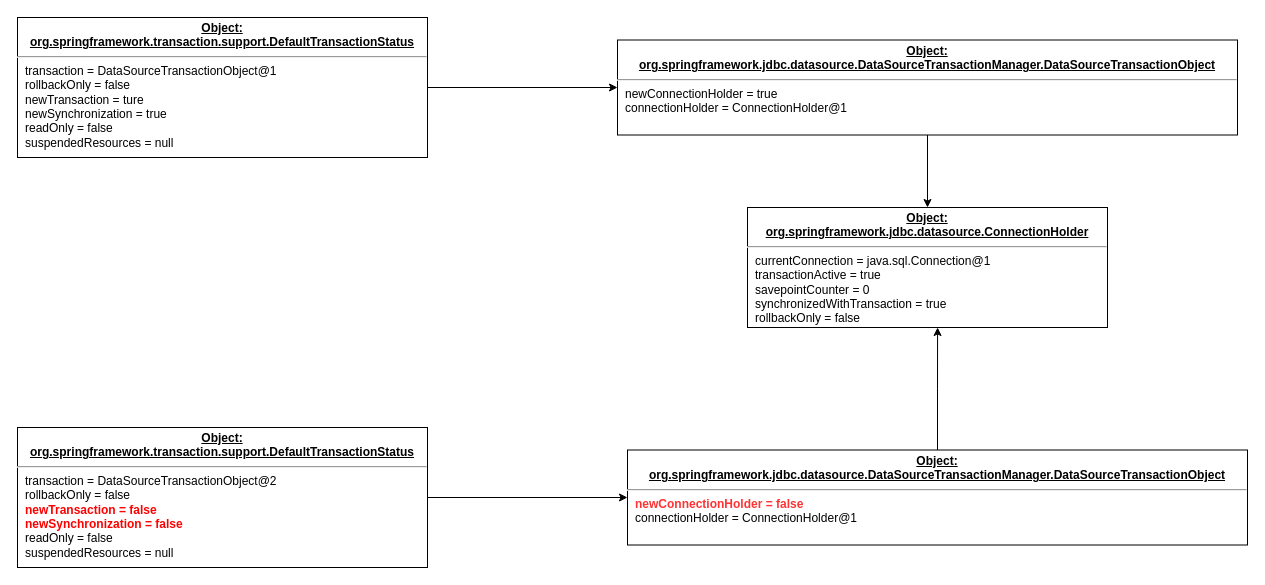
superzycgod/diagrams keeps this draw.io diagram as Untitled Diagram.drawio. Above is the earlier version. Source tidied: cells renumbered, new cells numbered last; positions are measured from the earlier drawing's top-left corner, leaving out a move shared by most shapes. Both pictures are drawn from the tidied source at 100%, with x=0, y=0 at pixel (17, 17).
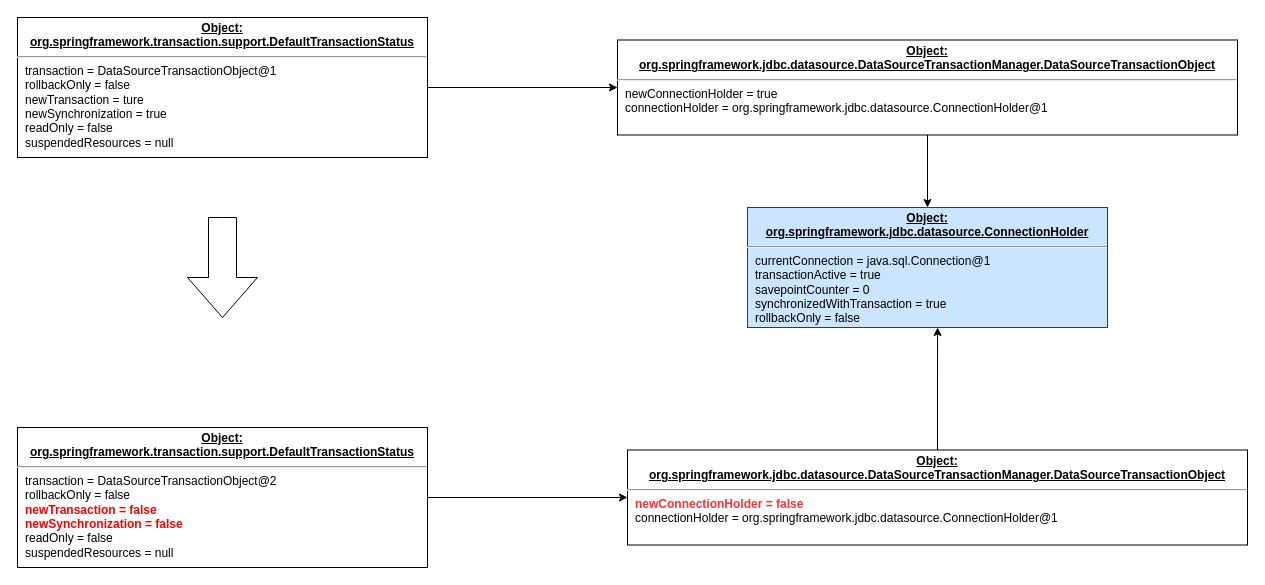
The same diagram, later.

Diff of the diagram source:
```diff
@@
 <mxGraphModel>
   <root>
     <mxCell id="0" />
     <mxCell id="1" parent="0" />
     <mxCell id="2" style="edgeStyle=orthogonalEdgeStyle;rounded=0;jettySize=auto;html=1;entryX=0;entryY=0.5;entryDx=0;entryDy=0;" parent="1" edge="1" source="3" target="5">
       <mxGeometry relative="1" as="geometry" />
     </mxCell>
     <mxCell id="3" value="&lt;p style=&quot;margin: 0px ; margin-top: 4px ; text-align: center ; text-decoration: underline&quot;&gt;&lt;b&gt;Object:&lt;/b&gt;&lt;/p&gt;&lt;div style=&quot;text-align: center&quot;&gt;&lt;span&gt;&lt;b&gt;&lt;u&gt;org.springframework.transaction.support.DefaultTransactionStatus&lt;/u&gt;&lt;/b&gt;&lt;/span&gt;&lt;/div&gt;&lt;hr&gt;&lt;p style=&quot;margin: 0px ; margin-left: 8px&quot;&gt;transaction&amp;nbsp;= DataSourceTransactionObject@1&lt;br&gt;rollbackOnly = false&lt;br&gt;newTransaction = ture&lt;/p&gt;&lt;p style=&quot;margin: 0px ; margin-left: 8px&quot;&gt;newSynchronization = true&lt;br&gt;&lt;/p&gt;&lt;p style=&quot;margin: 0px ; margin-left: 8px&quot;&gt;readOnly =&amp;nbsp;false&lt;br&gt;&lt;/p&gt;&lt;p style=&quot;margin: 0px ; margin-left: 8px&quot;&gt;suspendedResources = null&lt;br&gt;&lt;/p&gt;" style="verticalAlign=top;align=left;overflow=fill;fontSize=12;fontFamily=Helvetica;html=1;" parent="1" vertex="1">
       <mxGeometry width="410" height="140" as="geometry" />
     </mxCell>
     <mxCell id="4" style="edgeStyle=orthogonalEdgeStyle;rounded=0;jettySize=auto;html=1;" parent="1" edge="1" source="5" target="6">
       <mxGeometry relative="1" as="geometry" />
     </mxCell>
-    <mxCell id="5" value="&lt;p style=&quot;margin: 0px ; margin-top: 4px ; text-align: center ; text-decoration: underline&quot;&gt;&lt;b&gt;Object:&lt;/b&gt;&lt;/p&gt;&lt;div style=&quot;text-align: center&quot;&gt;&lt;span&gt;&lt;b&gt;&lt;u&gt;org.springframework.jdbc.datasource.DataSourceTransactionManager.DataSourceTransactionObject&lt;/u&gt;&lt;/b&gt;&lt;/span&gt;&lt;/div&gt;&lt;hr&gt;&lt;p style=&quot;margin: 0px ; margin-left: 8px&quot;&gt;newConnectionHolder&amp;nbsp;= true&lt;br&gt;connectionHolder&amp;nbsp;=&amp;nbsp;ConnectionHolder@1&lt;/p&gt;" style="verticalAlign=top;align=left;overflow=fill;fontSize=12;fontFamily=Helvetica;html=1;" parent="1" vertex="1">
+    <mxCell id="5" value="&lt;p style=&quot;margin: 0px ; margin-top: 4px ; text-align: center ; text-decoration: underline&quot;&gt;&lt;b&gt;Object:&lt;/b&gt;&lt;/p&gt;&lt;div style=&quot;text-align: center&quot;&gt;&lt;span&gt;&lt;b&gt;&lt;u&gt;org.springframework.jdbc.datasource.DataSourceTransactionManager.DataSourceTransactionObject&lt;/u&gt;&lt;/b&gt;&lt;/span&gt;&lt;/div&gt;&lt;hr&gt;&lt;p style=&quot;margin: 0px ; margin-left: 8px&quot;&gt;newConnectionHolder&amp;nbsp;= true&lt;br&gt;connectionHolder&amp;nbsp;=&amp;nbsp;org.springframework.jdbc.datasource.ConnectionHolder@1&lt;/p&gt;" style="verticalAlign=top;align=left;overflow=fill;fontSize=12;fontFamily=Helvetica;html=1;" parent="1" vertex="1">
       <mxGeometry x="600" y="22.5" width="620" height="95" as="geometry" />
     </mxCell>
-    <mxCell id="6" value="&lt;p style=&quot;margin: 0px ; margin-top: 4px ; text-align: center ; text-decoration: underline&quot;&gt;&lt;b&gt;Object:&lt;/b&gt;&lt;/p&gt;&lt;div style=&quot;text-align: center&quot;&gt;&lt;span&gt;&lt;b&gt;&lt;u&gt;org.springframework.jdbc.datasource.ConnectionHolder&lt;/u&gt;&lt;/b&gt;&lt;/span&gt;&lt;/div&gt;&lt;hr&gt;&lt;p style=&quot;margin: 0px ; margin-left: 8px&quot;&gt;currentConnection = java.sql.Connection@1&lt;br&gt;transactionActive = true&lt;br&gt;savepointCounter = 0&lt;/p&gt;&lt;p style=&quot;margin: 0px ; margin-left: 8px&quot;&gt;synchronizedWithTransaction = true&lt;br&gt;&lt;/p&gt;&lt;p style=&quot;margin: 0px ; margin-left: 8px&quot;&gt;rollbackOnly = false&lt;br&gt;&lt;/p&gt;" style="verticalAlign=top;align=left;overflow=fill;fontSize=12;fontFamily=Helvetica;html=1;" parent="1" vertex="1">
+    <mxCell id="6" value="&lt;p style=&quot;margin: 0px ; margin-top: 4px ; text-align: center ; text-decoration: underline&quot;&gt;&lt;b&gt;Object:&lt;/b&gt;&lt;/p&gt;&lt;div style=&quot;text-align: center&quot;&gt;&lt;span&gt;&lt;b&gt;&lt;u&gt;org.springframework.jdbc.datasource.ConnectionHolder&lt;/u&gt;&lt;/b&gt;&lt;/span&gt;&lt;/div&gt;&lt;hr&gt;&lt;p style=&quot;margin: 0px ; margin-left: 8px&quot;&gt;currentConnection = java.sql.Connection@1&lt;br&gt;transactionActive = true&lt;br&gt;savepointCounter = 0&lt;/p&gt;&lt;p style=&quot;margin: 0px ; margin-left: 8px&quot;&gt;synchronizedWithTransaction = true&lt;br&gt;&lt;/p&gt;&lt;p style=&quot;margin: 0px ; margin-left: 8px&quot;&gt;rollbackOnly = false&lt;br&gt;&lt;/p&gt;" style="verticalAlign=top;align=left;overflow=fill;fontSize=12;fontFamily=Helvetica;html=1;fillColor=#cce5ff;strokeColor=#36393d;" parent="1" vertex="1">
       <mxGeometry x="730" y="190" width="360" height="120" as="geometry" />
     </mxCell>
     <mxCell id="7" style="edgeStyle=orthogonalEdgeStyle;rounded=0;jettySize=auto;html=1;exitX=1;exitY=0.5;exitDx=0;exitDy=0;entryX=0;entryY=0.5;entryDx=0;entryDy=0;" parent="1" edge="1" source="8" target="10">
       <mxGeometry relative="1" as="geometry" />
     </mxCell>
     <mxCell id="8" value="&lt;p style=&quot;margin: 0px ; margin-top: 4px ; text-align: center ; text-decoration: underline&quot;&gt;&lt;b&gt;Object:&lt;/b&gt;&lt;/p&gt;&lt;div style=&quot;text-align: center&quot;&gt;&lt;span&gt;&lt;b&gt;&lt;u&gt;org.springframework.transaction.support.DefaultTransactionStatus&lt;/u&gt;&lt;/b&gt;&lt;/span&gt;&lt;/div&gt;&lt;hr&gt;&lt;p style=&quot;margin: 0px ; margin-left: 8px&quot;&gt;transaction&amp;nbsp;= DataSourceTransactionObject@2&lt;br&gt;rollbackOnly = false&lt;br&gt;&lt;b&gt;&lt;font color=&quot;#ff0000&quot;&gt;newTransaction = false&lt;/font&gt;&lt;/b&gt;&lt;/p&gt;&lt;p style=&quot;margin: 0px ; margin-left: 8px&quot;&gt;&lt;b&gt;&lt;font color=&quot;#ff0000&quot;&gt;newSynchronization = false&lt;/font&gt;&lt;/b&gt;&lt;br&gt;&lt;/p&gt;&lt;p style=&quot;margin: 0px ; margin-left: 8px&quot;&gt;readOnly =&amp;nbsp;false&lt;br&gt;&lt;/p&gt;&lt;p style=&quot;margin: 0px ; margin-left: 8px&quot;&gt;suspendedResources = null&lt;br&gt;&lt;/p&gt;" style="verticalAlign=top;align=left;overflow=fill;fontSize=12;fontFamily=Helvetica;html=1;" parent="1" vertex="1">
       <mxGeometry y="410" width="410" height="140" as="geometry" />
     </mxCell>
     <mxCell id="9" style="edgeStyle=orthogonalEdgeStyle;rounded=0;jettySize=auto;html=1;exitX=0.5;exitY=0;exitDx=0;exitDy=0;entryX=0.528;entryY=1;entryDx=0;entryDy=0;entryPerimeter=0;" parent="1" edge="1" source="10" target="6">
       <mxGeometry relative="1" as="geometry" />
     </mxCell>
-    <mxCell id="10" value="&lt;p style=&quot;margin: 0px ; margin-top: 4px ; text-align: center ; text-decoration: underline&quot;&gt;&lt;b&gt;Object:&lt;/b&gt;&lt;/p&gt;&lt;div style=&quot;text-align: center&quot;&gt;&lt;span&gt;&lt;b&gt;&lt;u&gt;org.springframework.jdbc.datasource.DataSourceTransactionManager.DataSourceTransactionObject&lt;/u&gt;&lt;/b&gt;&lt;/span&gt;&lt;/div&gt;&lt;hr&gt;&lt;p style=&quot;margin: 0px ; margin-left: 8px&quot;&gt;&lt;font color=&quot;#ff3333&quot;&gt;&lt;b&gt;newConnectionHolder&amp;nbsp;= false&lt;/b&gt;&lt;/font&gt;&lt;br&gt;connectionHolder&amp;nbsp;=&amp;nbsp;ConnectionHolder@1&lt;/p&gt;" style="verticalAlign=top;align=left;overflow=fill;fontSize=12;fontFamily=Helvetica;html=1;" parent="1" vertex="1">
+    <mxCell id="10" value="&lt;p style=&quot;margin: 0px ; margin-top: 4px ; text-align: center ; text-decoration: underline&quot;&gt;&lt;b&gt;Object:&lt;/b&gt;&lt;/p&gt;&lt;div style=&quot;text-align: center&quot;&gt;&lt;span&gt;&lt;b&gt;&lt;u&gt;org.springframework.jdbc.datasource.DataSourceTransactionManager.DataSourceTransactionObject&lt;/u&gt;&lt;/b&gt;&lt;/span&gt;&lt;/div&gt;&lt;hr&gt;&lt;p style=&quot;margin: 0px ; margin-left: 8px&quot;&gt;&lt;font color=&quot;#ff3333&quot;&gt;&lt;b&gt;newConnectionHolder&amp;nbsp;= false&lt;/b&gt;&lt;/font&gt;&lt;br&gt;connectionHolder&amp;nbsp;=&amp;nbsp;org.springframework.jdbc.datasource.ConnectionHolder@1&lt;/p&gt;" style="verticalAlign=top;align=left;overflow=fill;fontSize=12;fontFamily=Helvetica;html=1;" parent="1" vertex="1">
       <mxGeometry x="610" y="432.5" width="620" height="95" as="geometry" />
     </mxCell>
+    <mxCell id="11" style="html=1;shadow=0;dashed=0;align=center;verticalAlign=middle;shape=mxgraph.arrows2.arrow;dy=0.6;dx=40;direction=south;notch=0;" parent="1" vertex="1">
+      <mxGeometry x="170" y="200" width="70" height="100" as="geometry" />
+    </mxCell>
   </root>
 </mxGraphModel>
```
